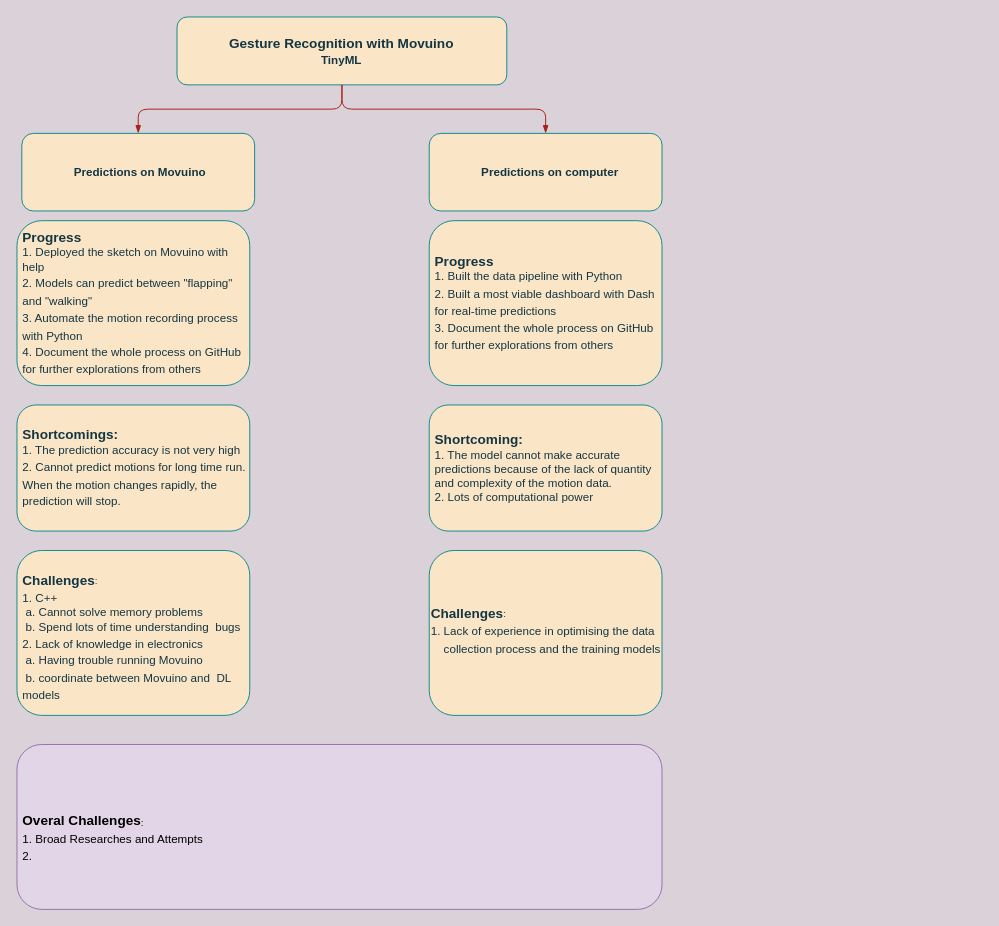
soledadli/IoT_gesture_recognition keeps this draw.io diagram as flowcharts_raw/gesture_recognition_attempts.drawio. Above is the earlier version. Source tidied: cells renumbered, new cells numbered last; positions are measured from the earlier drawing's top-left corner, leaving out a move shared by most shapes. Both pictures are drawn from the tidied source at 97%, with x=0, y=0 at pixel (16, 16).
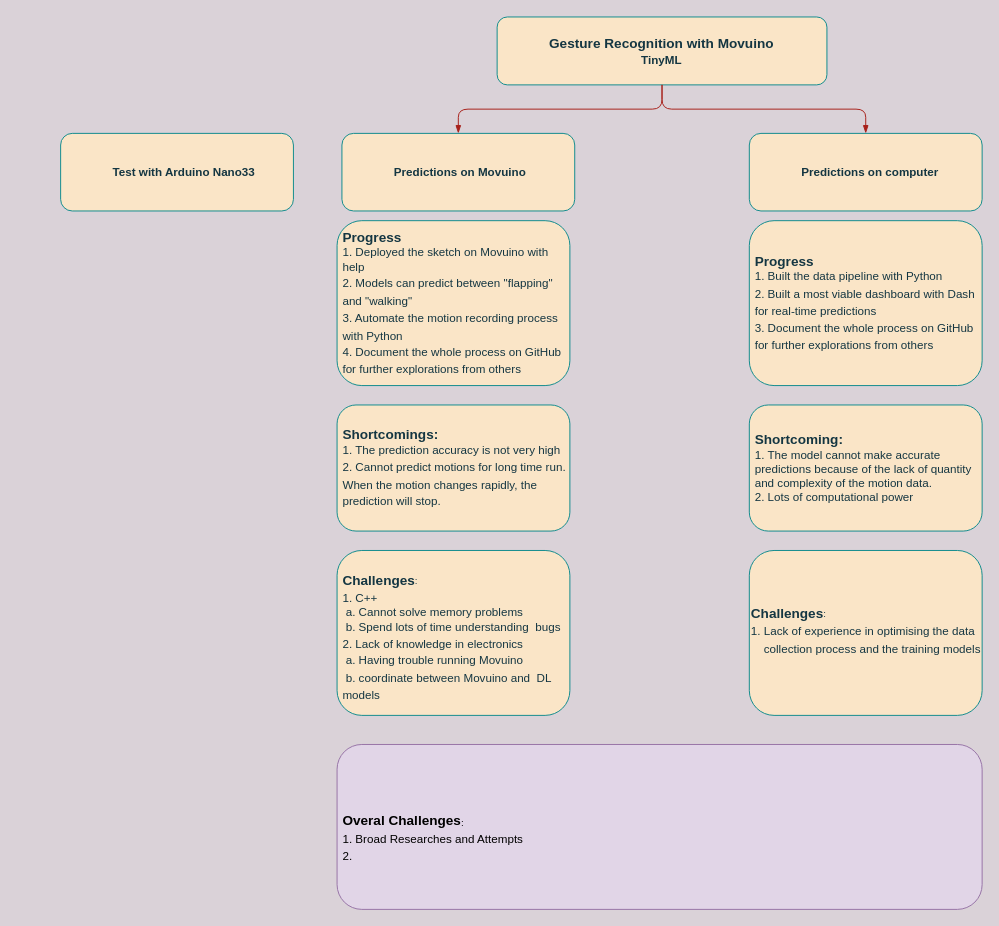
After the change.

What changed in the source:
```diff
@@
 <mxGraphModel background="#DAD2D8">
   <root>
     <mxCell id="0" />
     <mxCell id="1" parent="0" />
+    <mxCell id="14" style="group;" parent="1" vertex="1">
+      <mxGeometry x="45" width="950" height="920" as="geometry" />
+    </mxCell>
-    <mxCell id="2" value="&lt;h3&gt;Gesture Recognition with Movuino&lt;br&gt;&lt;div style=&quot;text-align: center&quot;&gt;&lt;span style=&quot;font-size: 12px&quot;&gt;TinyML&lt;/span&gt;&lt;/div&gt;&lt;/h3&gt;" style="label;whiteSpace=wrap;html=1;glass=0;fillColor=#FAE5C7;strokeColor=#0F8B8D;fontColor=#143642;align=left;" parent="1" vertex="1">
-      <mxGeometry x="165" width="340" height="70" as="geometry" />
+    <mxCell id="2" value="&lt;h3&gt;Gesture Recognition with Movuino&lt;br&gt;&lt;div style=&quot;text-align: center&quot;&gt;&lt;span style=&quot;font-size: 12px&quot;&gt;TinyML&lt;/span&gt;&lt;/div&gt;&lt;/h3&gt;" style="label;whiteSpace=wrap;html=1;glass=0;fillColor=#FAE5C7;strokeColor=#0F8B8D;fontColor=#143642;align=left;" parent="14" vertex="1">
+      <mxGeometry x="450" width="340" height="70" as="geometry" />
     </mxCell>
-    <mxCell id="3" style="endArrow=blockThin;endFill=1;fontSize=11;edgeStyle=elbowEdgeStyle;elbow=vertical;strokeColor=#A8201A;fontColor=#143642;labelBackgroundColor=#DAD2D8;" parent="1" edge="1" source="2" target="4">
+    <mxCell id="3" style="endArrow=blockThin;endFill=1;fontSize=11;edgeStyle=elbowEdgeStyle;elbow=vertical;strokeColor=#A8201A;fontColor=#143642;labelBackgroundColor=#DAD2D8;" parent="14" edge="1" source="2" target="4">
       <mxGeometry relative="1" as="geometry" />
     </mxCell>
     <object id="4" label="%name%&lt;br&gt;" name="Predictions on Movuino" placeholders="1">
-      <mxCell style="label;whiteSpace=wrap;html=1;glass=0;fillColor=#FAE5C7;strokeColor=#0F8B8D;fontColor=#143642;" parent="1" vertex="1">
-        <mxGeometry x="5" y="120" width="240" height="80" as="geometry" />
+      <mxCell style="label;whiteSpace=wrap;html=1;glass=0;fillColor=#FAE5C7;strokeColor=#0F8B8D;fontColor=#143642;" parent="14" vertex="1">
+        <mxGeometry x="290" y="120" width="240" height="80" as="geometry" />
       </mxCell>
     </object>
-    <mxCell id="5" style="endArrow=blockThin;endFill=1;fontSize=11;edgeStyle=elbowEdgeStyle;elbow=vertical;strokeColor=#A8201A;fontColor=#143642;labelBackgroundColor=#DAD2D8;" parent="1" edge="1" source="2" target="6">
+    <mxCell id="5" style="endArrow=blockThin;endFill=1;fontSize=11;edgeStyle=elbowEdgeStyle;elbow=vertical;strokeColor=#A8201A;fontColor=#143642;labelBackgroundColor=#DAD2D8;" parent="14" edge="1" source="2" target="6">
       <mxGeometry relative="1" as="geometry" />
     </mxCell>
     <object id="6" label="%name%&lt;br&gt;" name="Predictions on computer" placeholders="1">
-      <mxCell style="label;whiteSpace=wrap;html=1;glass=0;fillColor=#FAE5C7;strokeColor=#0F8B8D;fontColor=#143642;" parent="1" vertex="1">
-        <mxGeometry x="425" y="120" width="240" height="80" as="geometry" />
+      <mxCell style="label;whiteSpace=wrap;html=1;glass=0;fillColor=#FAE5C7;strokeColor=#0F8B8D;fontColor=#143642;" parent="14" vertex="1">
+        <mxGeometry x="710" y="120" width="240" height="80" as="geometry" />
       </mxCell>
     </object>
-    <mxCell id="7" value="&lt;div&gt;&lt;sub&gt;&lt;b&gt;&lt;font style=&quot;font-size: 14px&quot;&gt;&lt;br&gt;&lt;/font&gt;&lt;/b&gt;&lt;/sub&gt;&lt;/div&gt;&lt;div&gt;&lt;sub&gt;&lt;b&gt;&lt;font style=&quot;font-size: 14px&quot;&gt;&lt;br&gt;&lt;/font&gt;&lt;/b&gt;&lt;/sub&gt;&lt;/div&gt;&lt;div&gt;&lt;sub&gt;&lt;b&gt;&lt;font style=&quot;font-size: 14px&quot;&gt;Challenges&lt;/font&gt;&lt;/b&gt;:&lt;/sub&gt;&lt;/div&gt;&lt;div&gt;&lt;span&gt;&lt;sub&gt;&lt;font style=&quot;font-size: 12px&quot;&gt;1. C++&lt;/font&gt;&lt;/sub&gt;&lt;/span&gt;&lt;/div&gt;&lt;div&gt;&lt;div&gt;&lt;span&gt; &lt;/span&gt;&lt;span style=&quot;white-space: pre&quot;&gt; &lt;/span&gt;a. Cannot solve memory problems&lt;br&gt;&lt;/div&gt;&lt;div&gt;&lt;span&gt; &lt;/span&gt;&lt;span style=&quot;white-space: pre&quot;&gt; &lt;/span&gt;b. Spend lots of time understanding &lt;span style=&quot;white-space: pre&quot;&gt; &lt;/span&gt;bugs&lt;/div&gt;&lt;/div&gt;&lt;div&gt;&lt;span&gt;&lt;sub&gt;&lt;font style=&quot;font-size: 12px&quot;&gt;2. Lack of knowledge in electronics&lt;/font&gt;&lt;/sub&gt;&lt;/span&gt;&lt;/div&gt;&lt;div&gt;&lt;span&gt;&lt;sub&gt;&lt;font style=&quot;font-size: 12px&quot;&gt;&lt;span style=&quot;white-space: pre&quot;&gt; &lt;/span&gt;a. Having trouble running Movuino&amp;nbsp;&lt;br&gt;&lt;/font&gt;&lt;/sub&gt;&lt;/span&gt;&lt;/div&gt;&lt;div&gt;&lt;span&gt;&lt;sub&gt;&lt;font style=&quot;font-size: 12px&quot;&gt;&lt;span style=&quot;white-space: pre&quot;&gt; &lt;/span&gt;b. coordinate between Movuino and &lt;span style=&quot;white-space: pre&quot;&gt; &lt;/span&gt;DL models&lt;br&gt;&lt;/font&gt;&lt;/sub&gt;&lt;/span&gt;&lt;/div&gt;&lt;div&gt;&lt;br&gt;&lt;/div&gt;&lt;div&gt;&lt;br&gt;&lt;/div&gt;" style="whiteSpace=wrap;html=1;align=left;spacingLeft=4;spacingRight=2;fillColor=#FAE5C7;strokeColor=#0F8B8D;fontColor=#143642;rounded=1;" parent="1" vertex="1">
-      <mxGeometry y="550" width="240" height="170" as="geometry" />
+    <mxCell id="7" value="&lt;div&gt;&lt;sub&gt;&lt;b&gt;&lt;font style=&quot;font-size: 14px&quot;&gt;&lt;br&gt;&lt;/font&gt;&lt;/b&gt;&lt;/sub&gt;&lt;/div&gt;&lt;div&gt;&lt;sub&gt;&lt;b&gt;&lt;font style=&quot;font-size: 14px&quot;&gt;&lt;br&gt;&lt;/font&gt;&lt;/b&gt;&lt;/sub&gt;&lt;/div&gt;&lt;div&gt;&lt;sub&gt;&lt;b&gt;&lt;font style=&quot;font-size: 14px&quot;&gt;Challenges&lt;/font&gt;&lt;/b&gt;:&lt;/sub&gt;&lt;/div&gt;&lt;div&gt;&lt;span&gt;&lt;sub&gt;&lt;font style=&quot;font-size: 12px&quot;&gt;1. C++&lt;/font&gt;&lt;/sub&gt;&lt;/span&gt;&lt;/div&gt;&lt;div&gt;&lt;div&gt;&lt;span&gt; &lt;/span&gt;&lt;span style=&quot;white-space: pre&quot;&gt; &lt;/span&gt;a. Cannot solve memory problems&lt;br&gt;&lt;/div&gt;&lt;div&gt;&lt;span&gt; &lt;/span&gt;&lt;span style=&quot;white-space: pre&quot;&gt; &lt;/span&gt;b. Spend lots of time understanding &lt;span style=&quot;white-space: pre&quot;&gt; &lt;/span&gt;bugs&lt;/div&gt;&lt;/div&gt;&lt;div&gt;&lt;span&gt;&lt;sub&gt;&lt;font style=&quot;font-size: 12px&quot;&gt;2. Lack of knowledge in electronics&lt;/font&gt;&lt;/sub&gt;&lt;/span&gt;&lt;/div&gt;&lt;div&gt;&lt;span&gt;&lt;sub&gt;&lt;font style=&quot;font-size: 12px&quot;&gt;&lt;span style=&quot;white-space: pre&quot;&gt; &lt;/span&gt;a. Having trouble running Movuino&amp;nbsp;&lt;br&gt;&lt;/font&gt;&lt;/sub&gt;&lt;/span&gt;&lt;/div&gt;&lt;div&gt;&lt;span&gt;&lt;sub&gt;&lt;font style=&quot;font-size: 12px&quot;&gt;&lt;span style=&quot;white-space: pre&quot;&gt; &lt;/span&gt;b. coordinate between Movuino and &lt;span style=&quot;white-space: pre&quot;&gt; &lt;/span&gt;DL models&lt;br&gt;&lt;/font&gt;&lt;/sub&gt;&lt;/span&gt;&lt;/div&gt;&lt;div&gt;&lt;br&gt;&lt;/div&gt;&lt;div&gt;&lt;br&gt;&lt;/div&gt;" style="whiteSpace=wrap;html=1;align=left;spacingLeft=4;spacingRight=2;fillColor=#FAE5C7;strokeColor=#0F8B8D;fontColor=#143642;rounded=1;" parent="14" vertex="1">
+      <mxGeometry x="285" y="550" width="240" height="170" as="geometry" />
     </mxCell>
-    <mxCell id="8" value="&lt;div&gt;&lt;sub&gt;&lt;b&gt;&lt;font style=&quot;font-size: 14px&quot;&gt;&lt;br&gt;&lt;/font&gt;&lt;/b&gt;&lt;/sub&gt;&lt;/div&gt;&lt;div&gt;&lt;sub&gt;&lt;b&gt;&lt;font style=&quot;font-size: 14px&quot;&gt;&lt;br&gt;&lt;/font&gt;&lt;/b&gt;&lt;/sub&gt;&lt;/div&gt;&lt;div&gt;&lt;sub&gt;&lt;b&gt;&lt;font style=&quot;font-size: 14px&quot;&gt;Challenges&lt;/font&gt;&lt;/b&gt;:&lt;/sub&gt;&lt;/div&gt;&lt;div&gt;&lt;span&gt;&lt;sub&gt;&lt;font&gt;&lt;span style=&quot;font-size: 12px&quot;&gt;1. Lack of experience in optimising&amp;nbsp;the data&amp;nbsp; &amp;nbsp; &amp;nbsp; collection process and the training models&lt;br&gt;&lt;/span&gt;&lt;/font&gt;&lt;/sub&gt;&lt;/span&gt;&lt;/div&gt;&lt;div&gt;&lt;br&gt;&lt;/div&gt;&lt;div&gt;&lt;br&gt;&lt;/div&gt;&lt;div&gt;&lt;br&gt;&lt;/div&gt;" style="whiteSpace=wrap;html=1;align=left;fillColor=#FAE5C7;strokeColor=#0F8B8D;fontColor=#143642;rounded=1;" parent="1" vertex="1">
-      <mxGeometry x="425" y="550" width="240" height="170" as="geometry" />
+    <mxCell id="8" value="&lt;div&gt;&lt;sub&gt;&lt;b&gt;&lt;font style=&quot;font-size: 14px&quot;&gt;&lt;br&gt;&lt;/font&gt;&lt;/b&gt;&lt;/sub&gt;&lt;/div&gt;&lt;div&gt;&lt;sub&gt;&lt;b&gt;&lt;font style=&quot;font-size: 14px&quot;&gt;&lt;br&gt;&lt;/font&gt;&lt;/b&gt;&lt;/sub&gt;&lt;/div&gt;&lt;div&gt;&lt;sub&gt;&lt;b&gt;&lt;font style=&quot;font-size: 14px&quot;&gt;Challenges&lt;/font&gt;&lt;/b&gt;:&lt;/sub&gt;&lt;/div&gt;&lt;div&gt;&lt;span&gt;&lt;sub&gt;&lt;font&gt;&lt;span style=&quot;font-size: 12px&quot;&gt;1. Lack of experience in optimising&amp;nbsp;the data&amp;nbsp; &amp;nbsp; &amp;nbsp; collection process and the training models&lt;br&gt;&lt;/span&gt;&lt;/font&gt;&lt;/sub&gt;&lt;/span&gt;&lt;/div&gt;&lt;div&gt;&lt;br&gt;&lt;/div&gt;&lt;div&gt;&lt;br&gt;&lt;/div&gt;&lt;div&gt;&lt;br&gt;&lt;/div&gt;" style="whiteSpace=wrap;html=1;align=left;fillColor=#FAE5C7;strokeColor=#0F8B8D;fontColor=#143642;rounded=1;" parent="14" vertex="1">
+      <mxGeometry x="710" y="550" width="240" height="170" as="geometry" />
     </mxCell>
-    <mxCell id="9" value="&lt;div&gt;&lt;span&gt;&lt;span style=&quot;font-size: 14px&quot;&gt;&lt;b&gt;Shortcomings:&lt;/b&gt;&lt;/span&gt;&lt;/span&gt;&lt;/div&gt;&lt;div&gt;&lt;span&gt;1. The prediction accuracy is not very high&amp;nbsp;&lt;/span&gt;&lt;br&gt;&lt;/div&gt;&lt;div&gt;&lt;span&gt;&lt;sub&gt;&lt;font style=&quot;font-size: 12px&quot;&gt;2. Cannot predict motions for long time run. When the motion changes rapidly, the prediction will stop.&amp;nbsp;&lt;/font&gt;&lt;/sub&gt;&lt;/span&gt;&lt;/div&gt;" style="whiteSpace=wrap;html=1;align=left;spacingLeft=4;spacingRight=2;fillColor=#FAE5C7;strokeColor=#0F8B8D;fontColor=#143642;rounded=1;" parent="1" vertex="1">
-      <mxGeometry y="400" width="240" height="130" as="geometry" />
+    <mxCell id="9" value="&lt;div&gt;&lt;span&gt;&lt;span style=&quot;font-size: 14px&quot;&gt;&lt;b&gt;Shortcomings:&lt;/b&gt;&lt;/span&gt;&lt;/span&gt;&lt;/div&gt;&lt;div&gt;&lt;span&gt;1. The prediction accuracy is not very high&amp;nbsp;&lt;/span&gt;&lt;br&gt;&lt;/div&gt;&lt;div&gt;&lt;span&gt;&lt;sub&gt;&lt;font style=&quot;font-size: 12px&quot;&gt;2. Cannot predict motions for long time run. When the motion changes rapidly, the prediction will stop.&amp;nbsp;&lt;/font&gt;&lt;/sub&gt;&lt;/span&gt;&lt;/div&gt;" style="whiteSpace=wrap;html=1;align=left;spacingLeft=4;spacingRight=2;fillColor=#FAE5C7;strokeColor=#0F8B8D;fontColor=#143642;rounded=1;" parent="14" vertex="1">
+      <mxGeometry x="285" y="400" width="240" height="130" as="geometry" />
     </mxCell>
-    <mxCell id="10" value="&lt;div&gt;&lt;span&gt;&lt;span style=&quot;font-size: 14px&quot;&gt;&lt;b&gt;Progress&lt;/b&gt;&lt;/span&gt;&lt;/span&gt;&lt;/div&gt;&lt;div&gt;&lt;span&gt;1. Deployed the sketch on Movuino with help&amp;nbsp;&lt;/span&gt;&lt;br&gt;&lt;/div&gt;&lt;div&gt;&lt;span&gt;&lt;sub&gt;&lt;font style=&quot;font-size: 12px&quot;&gt;2. Models can predict between &quot;flapping&quot; and &quot;walking&quot;&lt;/font&gt;&lt;/sub&gt;&lt;/span&gt;&lt;/div&gt;&lt;div&gt;&lt;span&gt;&lt;sub&gt;&lt;font style=&quot;font-size: 12px&quot;&gt;3. Automate the motion recording process with Python&amp;nbsp;&lt;/font&gt;&lt;/sub&gt;&lt;/span&gt;&lt;/div&gt;&lt;div&gt;&lt;span&gt;&lt;sub&gt;&lt;font style=&quot;font-size: 12px&quot;&gt;4. Document the whole process on GitHub for further explorations from others&lt;/font&gt;&lt;/sub&gt;&lt;/span&gt;&lt;/div&gt;" style="whiteSpace=wrap;html=1;align=left;spacingLeft=4;spacingRight=2;fillColor=#FAE5C7;strokeColor=#0F8B8D;fontColor=#143642;rounded=1;" parent="1" vertex="1">
-      <mxGeometry y="210" width="240" height="170" as="geometry" />
+    <mxCell id="10" value="&lt;div&gt;&lt;span&gt;&lt;span style=&quot;font-size: 14px&quot;&gt;&lt;b&gt;Progress&lt;/b&gt;&lt;/span&gt;&lt;/span&gt;&lt;/div&gt;&lt;div&gt;&lt;span&gt;1. Deployed the sketch on Movuino with help&amp;nbsp;&lt;/span&gt;&lt;br&gt;&lt;/div&gt;&lt;div&gt;&lt;span&gt;&lt;sub&gt;&lt;font style=&quot;font-size: 12px&quot;&gt;2. Models can predict between &quot;flapping&quot; and &quot;walking&quot;&lt;/font&gt;&lt;/sub&gt;&lt;/span&gt;&lt;/div&gt;&lt;div&gt;&lt;span&gt;&lt;sub&gt;&lt;font style=&quot;font-size: 12px&quot;&gt;3. Automate the motion recording process with Python&amp;nbsp;&lt;/font&gt;&lt;/sub&gt;&lt;/span&gt;&lt;/div&gt;&lt;div&gt;&lt;span&gt;&lt;sub&gt;&lt;font style=&quot;font-size: 12px&quot;&gt;4. Document the whole process on GitHub for further explorations from others&lt;/font&gt;&lt;/sub&gt;&lt;/span&gt;&lt;/div&gt;" style="whiteSpace=wrap;html=1;align=left;spacingLeft=4;spacingRight=2;fillColor=#FAE5C7;strokeColor=#0F8B8D;fontColor=#143642;rounded=1;" parent="14" vertex="1">
+      <mxGeometry x="285" y="210" width="240" height="170" as="geometry" />
     </mxCell>
-    <mxCell id="11" value="&lt;div&gt;&lt;span&gt;&lt;span style=&quot;font-size: 14px&quot;&gt;&lt;b&gt;Progress&lt;/b&gt;&lt;/span&gt;&lt;/span&gt;&lt;/div&gt;&lt;div&gt;&lt;span&gt;1. Built the data pipeline with Python&amp;nbsp;&lt;/span&gt;&lt;br&gt;&lt;/div&gt;&lt;div&gt;&lt;span&gt;&lt;sub&gt;&lt;font style=&quot;font-size: 12px&quot;&gt;2. Built a most viable dashboard with Dash for real-time predictions&lt;/font&gt;&lt;/sub&gt;&lt;/span&gt;&lt;/div&gt;&lt;div&gt;&lt;span&gt;&lt;sub&gt;&lt;font style=&quot;font-size: 12px&quot;&gt;3. Document the whole process on GitHub for further explorations from others&lt;/font&gt;&lt;/sub&gt;&lt;/span&gt;&lt;/div&gt;" style="whiteSpace=wrap;html=1;align=left;spacingLeft=4;spacingRight=2;fillColor=#FAE5C7;strokeColor=#0F8B8D;fontColor=#143642;rounded=1;" parent="1" vertex="1">
-      <mxGeometry x="425" y="210" width="240" height="170" as="geometry" />
+    <mxCell id="11" value="&lt;div&gt;&lt;span&gt;&lt;span style=&quot;font-size: 14px&quot;&gt;&lt;b&gt;Progress&lt;/b&gt;&lt;/span&gt;&lt;/span&gt;&lt;/div&gt;&lt;div&gt;&lt;span&gt;1. Built the data pipeline with Python&amp;nbsp;&lt;/span&gt;&lt;br&gt;&lt;/div&gt;&lt;div&gt;&lt;span&gt;&lt;sub&gt;&lt;font style=&quot;font-size: 12px&quot;&gt;2. Built a most viable dashboard with Dash for real-time predictions&lt;/font&gt;&lt;/sub&gt;&lt;/span&gt;&lt;/div&gt;&lt;div&gt;&lt;span&gt;&lt;sub&gt;&lt;font style=&quot;font-size: 12px&quot;&gt;3. Document the whole process on GitHub for further explorations from others&lt;/font&gt;&lt;/sub&gt;&lt;/span&gt;&lt;/div&gt;" style="whiteSpace=wrap;html=1;align=left;spacingLeft=4;spacingRight=2;fillColor=#FAE5C7;strokeColor=#0F8B8D;fontColor=#143642;rounded=1;" parent="14" vertex="1">
+      <mxGeometry x="710" y="210" width="240" height="170" as="geometry" />
     </mxCell>
-    <mxCell id="12" value="&lt;div&gt;&lt;span&gt;&lt;span style=&quot;font-size: 14px&quot;&gt;&lt;b&gt;Shortcoming:&lt;/b&gt;&lt;/span&gt;&lt;/span&gt;&lt;/div&gt;&lt;div&gt;&lt;span&gt;1. The model cannot make accurate predictions because of the lack of quantity and complexity of the motion data.&amp;nbsp;&amp;nbsp;&lt;/span&gt;&lt;/div&gt;&lt;div&gt;&lt;span&gt;2. Lots of computational power&lt;/span&gt;&lt;/div&gt;" style="whiteSpace=wrap;html=1;align=left;spacingLeft=4;spacingRight=2;fillColor=#FAE5C7;strokeColor=#0F8B8D;fontColor=#143642;rounded=1;" parent="1" vertex="1">
-      <mxGeometry x="425" y="400" width="240" height="130" as="geometry" />
+    <mxCell id="12" value="&lt;div&gt;&lt;span&gt;&lt;span style=&quot;font-size: 14px&quot;&gt;&lt;b&gt;Shortcoming:&lt;/b&gt;&lt;/span&gt;&lt;/span&gt;&lt;/div&gt;&lt;div&gt;&lt;span&gt;1. The model cannot make accurate predictions because of the lack of quantity and complexity of the motion data.&amp;nbsp;&amp;nbsp;&lt;/span&gt;&lt;/div&gt;&lt;div&gt;&lt;span&gt;2. Lots of computational power&lt;/span&gt;&lt;/div&gt;" style="whiteSpace=wrap;html=1;align=left;spacingLeft=4;spacingRight=2;fillColor=#FAE5C7;strokeColor=#0F8B8D;fontColor=#143642;rounded=1;" parent="14" vertex="1">
+      <mxGeometry x="710" y="400" width="240" height="130" as="geometry" />
     </mxCell>
-    <mxCell id="13" value="&lt;div&gt;&lt;sub&gt;&lt;b&gt;&lt;font style=&quot;font-size: 14px&quot;&gt;&lt;br&gt;&lt;/font&gt;&lt;/b&gt;&lt;/sub&gt;&lt;/div&gt;&lt;div&gt;&lt;sub&gt;&lt;b&gt;&lt;font style=&quot;font-size: 14px&quot;&gt;&lt;br&gt;&lt;/font&gt;&lt;/b&gt;&lt;/sub&gt;&lt;/div&gt;&lt;div&gt;&lt;sub&gt;&lt;b&gt;&lt;font style=&quot;font-size: 14px&quot;&gt;Overal Challenges&lt;/font&gt;&lt;/b&gt;:&lt;/sub&gt;&lt;/div&gt;&lt;div&gt;&lt;span&gt;&lt;sub&gt;&lt;font style=&quot;font-size: 12px&quot;&gt;1. Broad Researches and Attempts&lt;br&gt;2.&amp;nbsp;&lt;/font&gt;&lt;/sub&gt;&lt;/span&gt;&lt;/div&gt;&lt;div&gt;&lt;br&gt;&lt;/div&gt;" style="whiteSpace=wrap;html=1;align=left;spacingLeft=4;spacingRight=2;fillColor=#e1d5e7;strokeColor=#9673a6;rounded=1;" parent="1" vertex="1">
-      <mxGeometry y="750" width="665" height="170" as="geometry" />
+    <mxCell id="13" value="&lt;div&gt;&lt;sub&gt;&lt;b&gt;&lt;font style=&quot;font-size: 14px&quot;&gt;&lt;br&gt;&lt;/font&gt;&lt;/b&gt;&lt;/sub&gt;&lt;/div&gt;&lt;div&gt;&lt;sub&gt;&lt;b&gt;&lt;font style=&quot;font-size: 14px&quot;&gt;&lt;br&gt;&lt;/font&gt;&lt;/b&gt;&lt;/sub&gt;&lt;/div&gt;&lt;div&gt;&lt;sub&gt;&lt;b&gt;&lt;font style=&quot;font-size: 14px&quot;&gt;Overal Challenges&lt;/font&gt;&lt;/b&gt;:&lt;/sub&gt;&lt;/div&gt;&lt;div&gt;&lt;span&gt;&lt;sub&gt;&lt;font style=&quot;font-size: 12px&quot;&gt;1. Broad Researches and Attempts&lt;br&gt;2.&amp;nbsp;&lt;/font&gt;&lt;/sub&gt;&lt;/span&gt;&lt;/div&gt;&lt;div&gt;&lt;br&gt;&lt;/div&gt;" style="whiteSpace=wrap;html=1;align=left;spacingLeft=4;spacingRight=2;fillColor=#e1d5e7;strokeColor=#9673a6;rounded=1;" parent="14" vertex="1">
+      <mxGeometry x="285" y="750" width="665" height="170" as="geometry" />
     </mxCell>
+    <object id="15" label="%name%&lt;br&gt;" name="Test with Arduino Nano33" placeholders="1">
+      <mxCell style="label;whiteSpace=wrap;html=1;glass=0;fillColor=#FAE5C7;strokeColor=#0F8B8D;fontColor=#143642;" parent="14" vertex="1">
+        <mxGeometry y="120" width="240" height="80" as="geometry" />
+      </mxCell>
+    </object>
   </root>
 </mxGraphModel>
```
